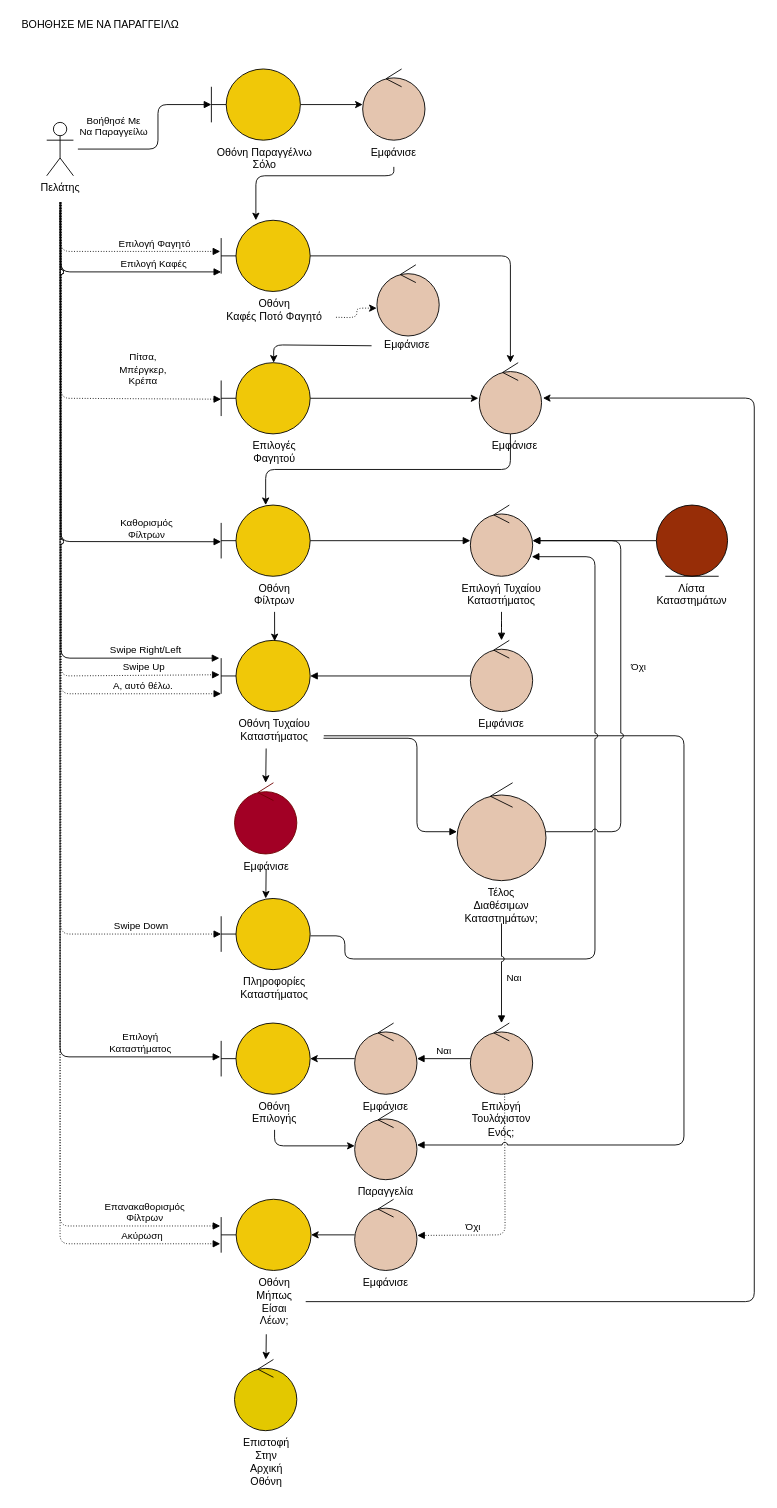
Earlier version of the draw.io diagram docs/contributions/itsikelis/Phase 3/Robustness Diagrams v0.1/customer-solo-help-me-order.drawio (iloudaros/nomnomr). Source tidied: cells renumbered, new cells numbered last; positions are measured from the earlier drawing's top-left corner, leaving out a move shared by most shapes. Both pictures are drawn from the tidied source at 89%, with x=0, y=0 at pixel (15, 15).
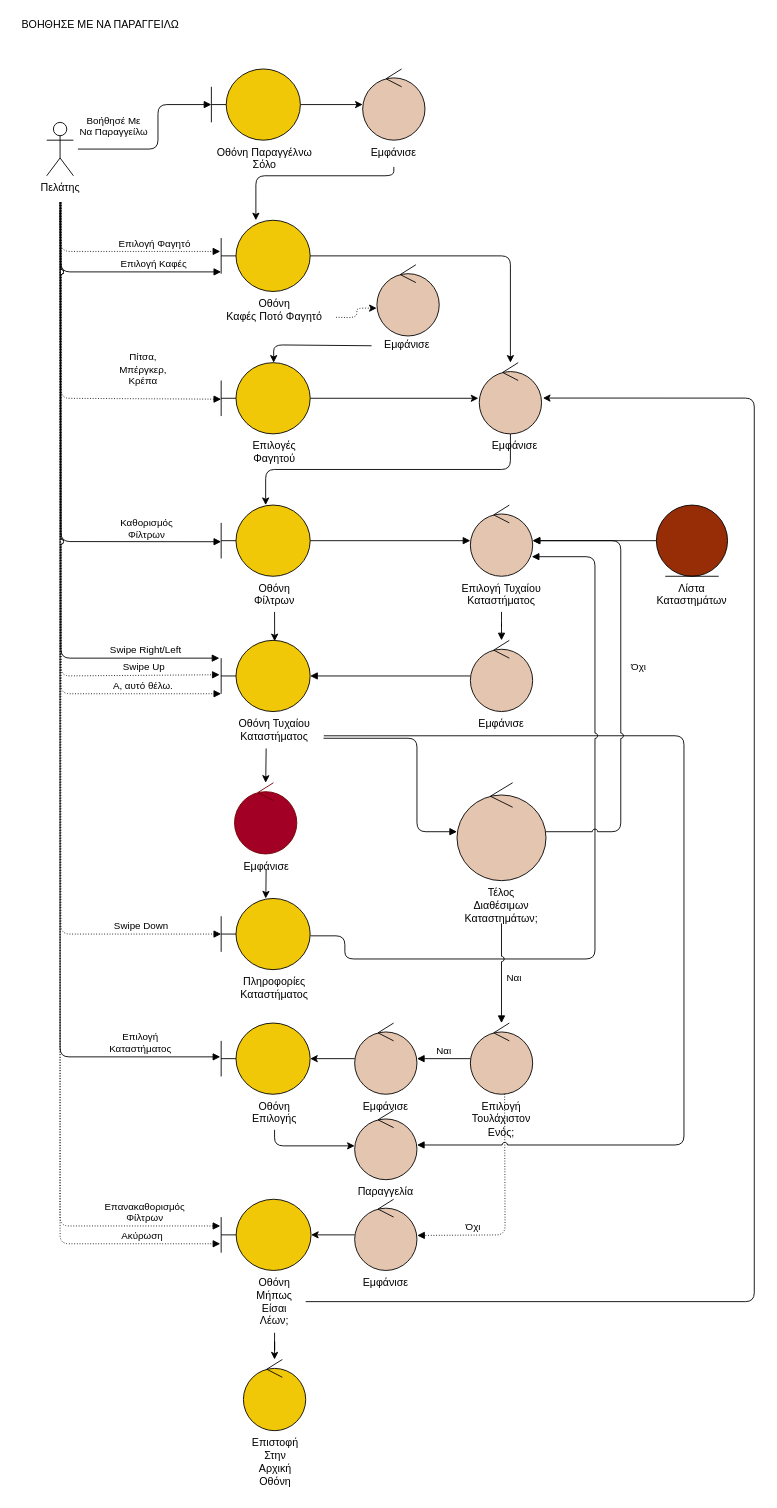
Above is the later version.

Unchanged cells that the change refers to:
```xml
<mxCell id="82" value="&lt;span style=&quot;color: rgb(0, 0, 0); font-family: helvetica; font-size: 12px; font-style: normal; font-weight: 400; letter-spacing: normal; text-indent: 0px; text-transform: none; word-spacing: 0px; display: inline; float: none;&quot;&gt;Οθόνη&lt;/span&gt;&lt;br style=&quot;color: rgb(0, 0, 0); font-family: helvetica; font-size: 12px; font-style: normal; font-weight: 400; letter-spacing: normal; text-indent: 0px; text-transform: none; word-spacing: 0px;&quot;&gt;&lt;span style=&quot;color: rgb(0, 0, 0); font-family: helvetica; font-size: 12px; font-style: normal; font-weight: 400; letter-spacing: normal; text-indent: 0px; text-transform: none; word-spacing: 0px; display: inline; float: none;&quot;&gt;Μήπως&lt;/span&gt;&lt;br style=&quot;color: rgb(0, 0, 0); font-family: helvetica; font-size: 12px; font-style: normal; font-weight: 400; letter-spacing: normal; text-indent: 0px; text-transform: none; word-spacing: 0px;&quot;&gt;&lt;span style=&quot;color: rgb(0, 0, 0); font-family: helvetica; font-size: 12px; font-style: normal; font-weight: 400; letter-spacing: normal; text-indent: 0px; text-transform: none; word-spacing: 0px; display: inline; float: none;&quot;&gt;Είσαι&lt;/span&gt;&lt;br style=&quot;color: rgb(0, 0, 0); font-family: helvetica; font-size: 12px; font-style: normal; font-weight: 400; letter-spacing: normal; text-indent: 0px; text-transform: none; word-spacing: 0px;&quot;&gt;&lt;span style=&quot;color: rgb(0, 0, 0); font-family: helvetica; font-size: 12px; font-style: normal; font-weight: 400; letter-spacing: normal; text-indent: 0px; text-transform: none; word-spacing: 0px; display: inline; float: none;&quot;&gt;Λέων;&lt;/span&gt;" style="text;whiteSpace=wrap;html=1;fontColor=#000000;align=center;labelBackgroundColor=none;" parent="1" vertex="1">
  <mxGeometry x="256" y="1410" width="70" height="70" as="geometry" />
</mxCell>
```

What changed in the source:
```diff
@@
-    <mxCell id="56" style="edgeStyle=orthogonalEdgeStyle;rounded=1;jettySize=auto;html=1;fillColor=#e3c800;strokeColor=#000000;jumpStyle=arc;fontColor=#000000;labelBackgroundColor=none;align=center;exitX=0.367;exitY=1.024;exitDx=0;exitDy=0;exitPerimeter=0;" parent="1" edge="1" source="82" target="60">
-      <mxGeometry relative="1" as="geometry" />
-    </mxCell>
@@
-    <mxCell id="60" style="ellipse;shape=umlControl;whiteSpace=wrap;html=1;fillColor=#e3c800;fontColor=#000000;strokeColor=#000000;labelBackgroundColor=none;align=center;" parent="1" vertex="1">
-      <mxGeometry x="246" y="1510" width="70" height="80" as="geometry" />
+    <mxCell id="60" style="ellipse;shape=umlControl;whiteSpace=wrap;html=1;fillColor=#F0C808;fontColor=#000000;strokeColor=#000000;labelBackgroundColor=none;align=center;" parent="1" vertex="1">
+      <mxGeometry x="256" y="1510" width="70" height="80" as="geometry" />
     </mxCell>
@@
+    <mxCell id="56" style="edgeStyle=orthogonalEdgeStyle;rounded=0;jettySize=auto;html=1;" parent="1" edge="1" source="82" target="60">
+      <mxGeometry relative="1" as="geometry" />
+    </mxCell>
@@
     <mxCell id="83" value="&lt;span style=&quot;color: rgb(0, 0, 0); font-family: helvetica; font-size: 12px; font-style: normal; font-weight: 400; letter-spacing: normal; text-indent: 0px; text-transform: none; word-spacing: 0px; display: inline; float: none;&quot;&gt;Επιστοφή&lt;/span&gt;&lt;br style=&quot;color: rgb(0, 0, 0); font-family: helvetica; font-size: 12px; font-style: normal; font-weight: 400; letter-spacing: normal; text-indent: 0px; text-transform: none; word-spacing: 0px;&quot;&gt;&lt;span style=&quot;color: rgb(0, 0, 0); font-family: helvetica; font-size: 12px; font-style: normal; font-weight: 400; letter-spacing: normal; text-indent: 0px; text-transform: none; word-spacing: 0px; display: inline; float: none;&quot;&gt;Στην&lt;/span&gt;&lt;br style=&quot;color: rgb(0, 0, 0); font-family: helvetica; font-size: 12px; font-style: normal; font-weight: 400; letter-spacing: normal; text-indent: 0px; text-transform: none; word-spacing: 0px;&quot;&gt;&lt;span style=&quot;color: rgb(0, 0, 0); font-family: helvetica; font-size: 12px; font-style: normal; font-weight: 400; letter-spacing: normal; text-indent: 0px; text-transform: none; word-spacing: 0px; display: inline; float: none;&quot;&gt;Αρχική&lt;/span&gt;&lt;br style=&quot;color: rgb(0, 0, 0); font-family: helvetica; font-size: 12px; font-style: normal; font-weight: 400; letter-spacing: normal; text-indent: 0px; text-transform: none; word-spacing: 0px;&quot;&gt;&lt;span style=&quot;color: rgb(0, 0, 0); font-family: helvetica; font-size: 12px; font-style: normal; font-weight: 400; letter-spacing: normal; text-indent: 0px; text-transform: none; word-spacing: 0px; display: inline; float: none;&quot;&gt;Οθόνη&lt;/span&gt;" style="text;whiteSpace=wrap;html=1;fontColor=#000000;align=center;labelBackgroundColor=none;" parent="1" vertex="1">
-      <mxGeometry x="241.5" y="1590" width="80" height="70" as="geometry" />
+      <mxGeometry x="252" y="1590" width="80" height="70" as="geometry" />
     </mxCell>
```
